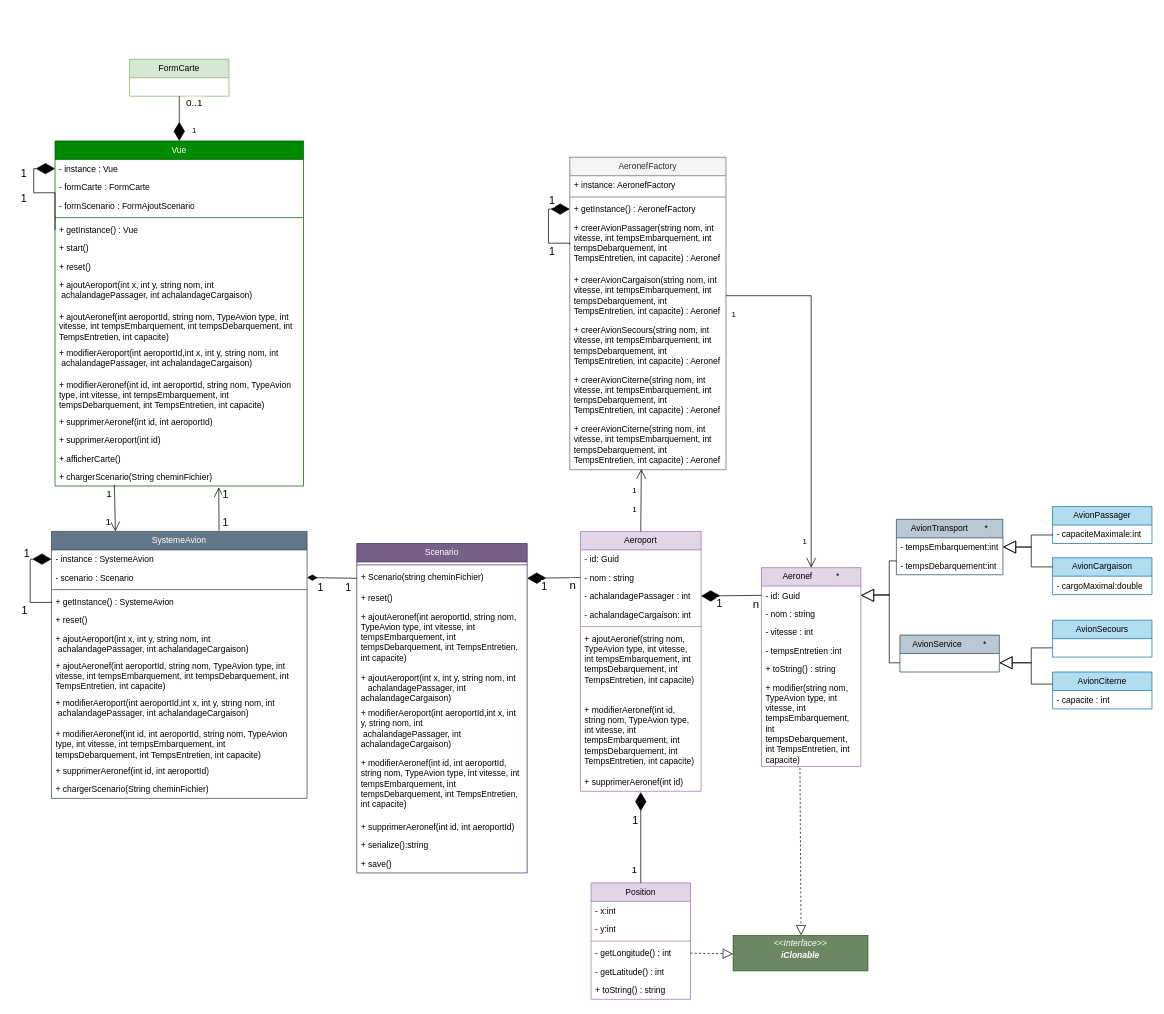
felixcharbonneau/Echec keeps this draw.io diagram as Aviyons.drawio. Above is the earlier version. Source tidied: cells renumbered, new cells numbered last; positions are measured from the earlier drawing's top-left corner, leaving out a move shared by most shapes. Both pictures are drawn from the tidied source at 71%, with x=0, y=0 at pixel (30, 59).
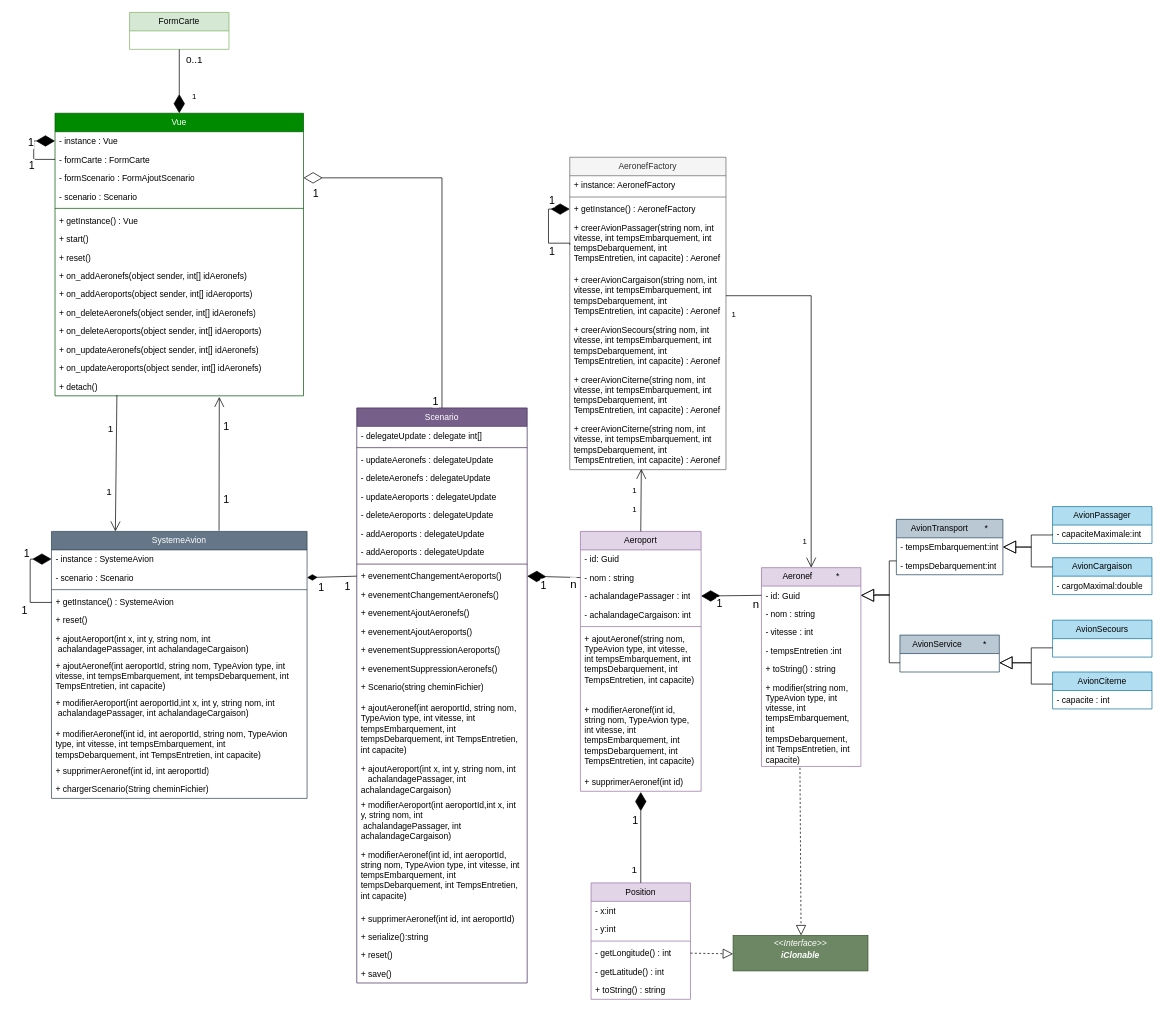
The same page after the edit.

The change refers to these unchanged cells:
```xml
<mxCell id="2" value="SystemeAvion" style="swimlane;fontStyle=0;horizontal=1;startSize=26;fillColor=#647687;whiteSpace=wrap;html=1;strokeColor=#314354;fontColor=#ffffff;" parent="1" vertex="1">
  <mxGeometry x="30" y="665" width="360" height="376" as="geometry" />
</mxCell>
<mxCell id="4" value="- scenario : Scenario" style="text;strokeColor=none;fillColor=none;align=left;verticalAlign=top;spacingLeft=4;spacingRight=4;overflow=hidden;points=[[0,0.5],[1,0.5]];portConstraint=eastwest;whiteSpace=wrap;html=1;" parent="2" vertex="1">
  <mxGeometry y="52" width="360" height="26" as="geometry" />
</mxCell>
<mxCell id="18" value="- instance : Vue" style="text;strokeColor=none;fillColor=none;align=left;verticalAlign=top;spacingLeft=4;spacingRight=4;overflow=hidden;points=[[0,0.5],[1,0.5]];portConstraint=eastwest;whiteSpace=wrap;html=1;" parent="17" vertex="1">
  <mxGeometry y="26" width="350" height="26" as="geometry" />
</mxCell>
<mxCell id="19" value="- formCarte : FormCarte" style="text;strokeColor=none;fillColor=none;align=left;verticalAlign=top;spacingLeft=4;spacingRight=4;overflow=hidden;points=[[0,0.5],[1,0.5]];portConstraint=eastwest;whiteSpace=wrap;html=1;" parent="17" vertex="1">
  <mxGeometry y="52" width="350" height="26" as="geometry" />
</mxCell>
<mxCell id="20" value="- formScenario : FormAjoutScenario" style="text;strokeColor=none;fillColor=none;align=left;verticalAlign=top;spacingLeft=4;spacingRight=4;overflow=hidden;points=[[0,0.5],[1,0.5]];portConstraint=eastwest;whiteSpace=wrap;html=1;" parent="17" vertex="1">
  <mxGeometry y="78" width="350" height="26" as="geometry" />
</mxCell>
<mxCell id="65" value="- nom : string" style="text;strokeColor=none;fillColor=none;align=left;verticalAlign=top;spacingLeft=4;spacingRight=4;overflow=hidden;points=[[0,0.5],[1,0.5]];portConstraint=eastwest;whiteSpace=wrap;html=1;" parent="63" vertex="1">
  <mxGeometry y="52" width="170" height="26" as="geometry" />
</mxCell>
```

Change to the diagram source:
```diff
@@
     <mxCell id="17" value="Vue" style="swimlane;fontStyle=0;horizontal=1;startSize=26;fillColor=#008a00;whiteSpace=wrap;html=1;strokeColor=#005700;fontColor=#ffffff;" parent="1" vertex="1">
-      <mxGeometry x="35" y="115" width="350" height="486" as="geometry" />
+      <mxGeometry x="35" y="76" width="350" height="398" as="geometry" />
     </mxCell>
@@
+    <mxCell id="130" value="- scenario : Scenario" style="text;strokeColor=none;fillColor=none;align=left;verticalAlign=top;spacingLeft=4;spacingRight=4;overflow=hidden;whiteSpace=wrap;html=1;" parent="17" vertex="1">
+      <mxGeometry y="104" width="350" height="26" as="geometry" />
+    </mxCell>
     <mxCell id="21" style="line;strokeWidth=1;fillColor=none;align=left;verticalAlign=middle;spacingTop=-1;spacingLeft=3;spacingRight=3;labelPosition=right;strokeColor=inherit;" parent="17" vertex="1">
-      <mxGeometry y="104" width="350" height="8" as="geometry" />
+      <mxGeometry y="130" width="350" height="8" as="geometry" />
     </mxCell>
     <mxCell id="22" value="+ getInstance() : Vue" style="text;strokeColor=none;fillColor=none;align=left;verticalAlign=top;spacingLeft=4;spacingRight=4;overflow=hidden;points=[[0,0.5],[1,0.5]];portConstraint=eastwest;whiteSpace=wrap;html=1;" parent="17" vertex="1">
-      <mxGeometry y="112" width="350" height="26" as="geometry" />
+      <mxGeometry y="138" width="350" height="26" as="geometry" />
     </mxCell>
-    <mxCell id="23" style="endArrow=diamondThin;endFill=1;endSize=24;html=1;rounded=0;exitX=0;exitY=0.5;exitDx=0;exitDy=0;edgeStyle=orthogonalEdgeStyle;entryX=0;entryY=0.5;entryDx=0;entryDy=0;" parent="17" edge="1" source="22" target="18">
+    <mxCell id="23" style="endArrow=diamondThin;endFill=1;endSize=24;html=1;rounded=0;exitX=0;exitY=0.5;exitDx=0;exitDy=0;edgeStyle=orthogonalEdgeStyle;entryX=0;entryY=0.5;entryDx=0;entryDy=0;" parent="17" edge="1" source="19" target="18">
       <mxGeometry relative="1" as="geometry">
         <Array as="points">
-          <mxPoint x="-30" y="73" />
+          <mxPoint x="-30" y="65" />
           <mxPoint x="-30" y="39" />
         </Array>
       </mxGeometry>
     </mxCell>
     <mxCell id="24" value="1" style="edgeLabel;html=1;align=center;verticalAlign=middle;fontSize=15;" parent="23" vertex="1">
       <mxGeometry x="-0.62" y="-3" relative="1" as="geometry">
-        <mxPoint x="-48" y="-17" as="offset" />
+        <mxPoint x="-18" y="10" as="offset" />
       </mxGeometry>
     </mxCell>
     <mxCell id="25" value="1" style="edgeLabel;html=1;align=center;verticalAlign=middle;fontSize=15;" parent="23" vertex="1">
       <mxGeometry x="0.56" y="2" relative="1" as="geometry">
-        <mxPoint x="-13" y="3" as="offset" />
+        <mxPoint x="-16" y="3" as="offset" />
       </mxGeometry>
     </mxCell>
     <mxCell id="26" value="+ start()" style="text;strokeColor=none;fillColor=none;align=left;verticalAlign=top;spacingLeft=4;spacingRight=4;overflow=hidden;whiteSpace=wrap;html=1;" parent="17" vertex="1">
-      <mxGeometry y="138" width="350" height="26" as="geometry" />
+      <mxGeometry y="164" width="350" height="26" as="geometry" />
     </mxCell>
     <mxCell id="27" value="+ reset()" style="text;strokeColor=none;fillColor=none;align=left;verticalAlign=top;spacingLeft=4;spacingRight=4;overflow=hidden;whiteSpace=wrap;html=1;" parent="17" vertex="1">
-      <mxGeometry y="164" width="350" height="26" as="geometry" />
+      <mxGeometry y="190" width="350" height="26" as="geometry" />
     </mxCell>
-    <mxCell id="28" value="+ ajoutAeroport(int x, int y, string nom, int&amp;nbsp; &amp;nbsp; &amp;nbsp; &amp;nbsp;achalandagePassager, int achalandageCargaison)" style="text;strokeColor=none;fillColor=none;align=left;verticalAlign=top;spacingLeft=4;spacingRight=4;overflow=hidden;whiteSpace=wrap;html=1;" parent="17" vertex="1">
-      <mxGeometry y="190" width="350" height="44" as="geometry" />
-    </mxCell>
-    <mxCell id="29" value="+ ajoutAeronef(int aeroportId, string nom, TypeAvion type, int vitesse, int tempsEmbarquement, int tempsDebarquement, int TempsEntretien, int capacite)" style="text;strokeColor=none;fillColor=none;align=left;verticalAlign=top;spacingLeft=4;spacingRight=4;overflow=hidden;whiteSpace=wrap;html=1;" parent="17" vertex="1">
-      <mxGeometry y="234" width="350" height="52" as="geometry" />
-    </mxCell>
-    <mxCell id="30" value="+ modifierAeroport(int aeroportId,int x, int y, string nom, int&amp;nbsp; &amp;nbsp; &amp;nbsp; &amp;nbsp;achalandagePassager, int achalandageCargaison)" style="text;strokeColor=none;fillColor=none;align=left;verticalAlign=top;spacingLeft=4;spacingRight=4;overflow=hidden;whiteSpace=wrap;html=1;" parent="17" vertex="1">
-      <mxGeometry y="286" width="350" height="44" as="geometry" />
-    </mxCell>
-    <mxCell id="31" value="+ modifierAeronef(int id, int aeroportId, string nom, TypeAvion type, int vitesse, int tempsEmbarquement, int tempsDebarquement, int TempsEntretien, int capacite)" style="text;strokeColor=none;fillColor=none;align=left;verticalAlign=top;spacingLeft=4;spacingRight=4;overflow=hidden;whiteSpace=wrap;html=1;" parent="17" vertex="1">
-      <mxGeometry y="330" width="350" height="52" as="geometry" />
-    </mxCell>
-    <mxCell id="32" value="+ supprimerAeronef(int id, int aeroportId)" style="text;strokeColor=none;fillColor=none;align=left;verticalAlign=top;spacingLeft=4;spacingRight=4;overflow=hidden;whiteSpace=wrap;html=1;" parent="17" vertex="1">
-      <mxGeometry y="382" width="350" height="26" as="geometry" />
-    </mxCell>
-    <mxCell id="33" value="+ supprimerAeroport(int id)" style="text;strokeColor=none;fillColor=none;align=left;verticalAlign=top;spacingLeft=4;spacingRight=4;overflow=hidden;whiteSpace=wrap;html=1;" parent="17" vertex="1">
-      <mxGeometry y="408" width="350" height="26" as="geometry" />
-    </mxCell>
-    <mxCell id="34" value="+ afficherCarte()" style="text;strokeColor=none;fillColor=none;align=left;verticalAlign=top;spacingLeft=4;spacingRight=4;overflow=hidden;whiteSpace=wrap;html=1;" parent="17" vertex="1">
-      <mxGeometry y="434" width="350" height="26" as="geometry" />
-    </mxCell>
-    <mxCell id="35" value="+ chargerScenario(String cheminFichier)" style="text;strokeColor=none;fillColor=none;align=left;verticalAlign=top;spacingLeft=4;spacingRight=4;overflow=hidden;points=[[0,0.5],[1,0.5]];portConstraint=eastwest;whiteSpace=wrap;html=1;" parent="17" vertex="1">
-      <mxGeometry y="460" width="350" height="26" as="geometry" />
-    </mxCell>
+    <mxCell id="131" value="+ on_addAeronefs(object sender, int[] idAeronefs)" style="text;strokeColor=none;fillColor=none;align=left;verticalAlign=top;spacingLeft=4;spacingRight=4;overflow=hidden;whiteSpace=wrap;html=1;" parent="17" vertex="1">
+      <mxGeometry y="216" width="350" height="26" as="geometry" />
+    </mxCell>
+    <mxCell id="132" value="+ on_addAeroports(object sender, int[] idAeroports)" style="text;strokeColor=none;fillColor=none;align=left;verticalAlign=top;spacingLeft=4;spacingRight=4;overflow=hidden;whiteSpace=wrap;html=1;" parent="17" vertex="1">
+      <mxGeometry y="242" width="350" height="26" as="geometry" />
+    </mxCell>
+    <mxCell id="133" value="+ on_deleteAeronefs(object sender, int[] idAeronefs)" style="text;strokeColor=none;fillColor=none;align=left;verticalAlign=top;spacingLeft=4;spacingRight=4;overflow=hidden;whiteSpace=wrap;html=1;" parent="17" vertex="1">
+      <mxGeometry y="268" width="350" height="26" as="geometry" />
+    </mxCell>
+    <mxCell id="134" value="+ on_deleteAeroports(object sender, int[] idAeroports)" style="text;strokeColor=none;fillColor=none;align=left;verticalAlign=top;spacingLeft=4;spacingRight=4;overflow=hidden;whiteSpace=wrap;html=1;" parent="17" vertex="1">
+      <mxGeometry y="294" width="350" height="26" as="geometry" />
+    </mxCell>
+    <mxCell id="135" value="+ on_updateAeronefs(object sender, int[] idAeronefs)" style="text;strokeColor=none;fillColor=none;align=left;verticalAlign=top;spacingLeft=4;spacingRight=4;overflow=hidden;whiteSpace=wrap;html=1;" parent="17" vertex="1">
+      <mxGeometry y="320" width="350" height="26" as="geometry" />
+    </mxCell>
+    <mxCell id="136" value="+ on_updateAeroports(object sender, int[] idAeronefs)" style="text;strokeColor=none;fillColor=none;align=left;verticalAlign=top;spacingLeft=4;spacingRight=4;overflow=hidden;whiteSpace=wrap;html=1;" parent="17" vertex="1">
+      <mxGeometry y="346" width="350" height="26" as="geometry" />
+    </mxCell>
+    <mxCell id="137" value="+ detach()" style="text;strokeColor=none;fillColor=none;align=left;verticalAlign=top;spacingLeft=4;spacingRight=4;overflow=hidden;points=[[0,0.5],[1,0.5]];portConstraint=eastwest;whiteSpace=wrap;html=1;" parent="17" vertex="1">
+      <mxGeometry y="372" width="350" height="26" as="geometry" />
+    </mxCell>
-    <mxCell id="36" style="endArrow=open;endFill=1;endSize=12;html=1;rounded=0;entryX=0.25;entryY=0;entryDx=0;entryDy=0;exitX=0.239;exitY=0.936;exitDx=0;exitDy=0;exitPerimeter=0;" parent="1" edge="1" source="35" target="2">
+    <mxCell id="36" style="endArrow=open;endFill=1;endSize=12;html=1;rounded=0;entryX=0.25;entryY=0;entryDx=0;entryDy=0;exitX=0.249;exitY=0.962;exitDx=0;exitDy=0;exitPerimeter=0;" parent="1" edge="1" source="137" target="2">
       <mxGeometry relative="1" as="geometry" />
     </mxCell>
@@
-    <mxCell id="39" style="endArrow=open;endFill=1;endSize=12;html=1;rounded=0;entryX=0.659;entryY=1.064;entryDx=0;entryDy=0;entryPerimeter=0;" parent="1" edge="1" target="35">
+    <mxCell id="39" style="endArrow=open;endFill=1;endSize=12;html=1;rounded=0;entryX=0.661;entryY=1.061;entryDx=0;entryDy=0;entryPerimeter=0;" parent="1" edge="1" target="137">
       <mxGeometry relative="1" as="geometry">
         <mxPoint x="266" y="664" as="sourcePoint" />
       </mxGeometry>
     </mxCell>
@@
     <mxCell id="42" value="Scenario" style="swimlane;fontStyle=0;horizontal=1;startSize=26;fillColor=#76608a;whiteSpace=wrap;html=1;strokeColor=#432D57;fontColor=#ffffff;" parent="1" vertex="1">
-      <mxGeometry x="460" y="682" width="240" height="464" as="geometry" />
+      <mxGeometry x="460" y="491" width="240" height="810" as="geometry" />
     </mxCell>
+    <mxCell id="138" value="- delegateUpdate : delegate int[]&amp;nbsp;" style="text;strokeColor=none;fillColor=none;align=left;verticalAlign=top;spacingLeft=4;spacingRight=4;overflow=hidden;whiteSpace=wrap;html=1;" parent="42" vertex="1">
+      <mxGeometry y="26" width="240" height="26" as="geometry" />
+    </mxCell>
+    <mxCell id="139" style="line;strokeWidth=1;fillColor=none;align=left;verticalAlign=middle;spacingTop=-1;spacingLeft=3;spacingRight=3;labelPosition=right;strokeColor=inherit;" parent="42" vertex="1">
+      <mxGeometry y="52" width="240" height="8" as="geometry" />
+    </mxCell>
+    <mxCell id="140" value="- updateAeronefs : delegateUpdate" style="text;strokeColor=none;fillColor=none;align=left;verticalAlign=top;spacingLeft=4;spacingRight=4;overflow=hidden;whiteSpace=wrap;html=1;" parent="42" vertex="1">
+      <mxGeometry y="60" width="240" height="26" as="geometry" />
+    </mxCell>
+    <mxCell id="141" value="- deleteAeronefs : delegateUpdate" style="text;strokeColor=none;fillColor=none;align=left;verticalAlign=top;spacingLeft=4;spacingRight=4;overflow=hidden;whiteSpace=wrap;html=1;" parent="42" vertex="1">
+      <mxGeometry y="86" width="240" height="26" as="geometry" />
+    </mxCell>
+    <mxCell id="142" value="- updateAeroports : delegateUpdate" style="text;strokeColor=none;fillColor=none;align=left;verticalAlign=top;spacingLeft=4;spacingRight=4;overflow=hidden;whiteSpace=wrap;html=1;" parent="42" vertex="1">
+      <mxGeometry y="112" width="240" height="26" as="geometry" />
+    </mxCell>
+    <mxCell id="143" value="- deleteAeroports : delegateUpdate" style="text;strokeColor=none;fillColor=none;align=left;verticalAlign=top;spacingLeft=4;spacingRight=4;overflow=hidden;whiteSpace=wrap;html=1;" parent="42" vertex="1">
+      <mxGeometry y="138" width="240" height="26" as="geometry" />
+    </mxCell>
+    <mxCell id="144" value="- addAeroports : delegateUpdate" style="text;strokeColor=none;fillColor=none;align=left;verticalAlign=top;spacingLeft=4;spacingRight=4;overflow=hidden;whiteSpace=wrap;html=1;" parent="42" vertex="1">
+      <mxGeometry y="164" width="240" height="26" as="geometry" />
+    </mxCell>
+    <mxCell id="145" value="- addAeroports : delegateUpdate" style="text;strokeColor=none;fillColor=none;align=left;verticalAlign=top;spacingLeft=4;spacingRight=4;overflow=hidden;whiteSpace=wrap;html=1;" parent="42" vertex="1">
+      <mxGeometry y="190" width="240" height="26" as="geometry" />
+    </mxCell>
     <mxCell id="43" style="line;strokeWidth=1;fillColor=none;align=left;verticalAlign=middle;spacingTop=-1;spacingLeft=3;spacingRight=3;labelPosition=right;strokeColor=inherit;" parent="42" vertex="1">
-      <mxGeometry y="26" width="240" height="8" as="geometry" />
+      <mxGeometry y="216" width="240" height="8" as="geometry" />
     </mxCell>
+    <mxCell id="146" value="+ evenementChangementAeroports()" style="text;strokeColor=none;fillColor=none;align=left;verticalAlign=top;spacingLeft=4;spacingRight=4;overflow=hidden;points=[[0,0.5],[1,0.5]];portConstraint=eastwest;whiteSpace=wrap;html=1;" parent="42" vertex="1">
+      <mxGeometry y="224" width="240" height="26" as="geometry" />
+    </mxCell>
+    <mxCell id="147" value="+ evenementChangementAeronefs()" style="text;strokeColor=none;fillColor=none;align=left;verticalAlign=top;spacingLeft=4;spacingRight=4;overflow=hidden;whiteSpace=wrap;html=1;" parent="42" vertex="1">
+      <mxGeometry y="250" width="240" height="26" as="geometry" />
+    </mxCell>
+    <mxCell id="148" value="+ evenementAjoutAeronefs()" style="text;strokeColor=none;fillColor=none;align=left;verticalAlign=top;spacingLeft=4;spacingRight=4;overflow=hidden;whiteSpace=wrap;html=1;" parent="42" vertex="1">
+      <mxGeometry y="276" width="240" height="26" as="geometry" />
+    </mxCell>
+    <mxCell id="149" value="+ evenementAjoutAeroports()" style="text;strokeColor=none;fillColor=none;align=left;verticalAlign=top;spacingLeft=4;spacingRight=4;overflow=hidden;whiteSpace=wrap;html=1;" parent="42" vertex="1">
+      <mxGeometry y="302" width="240" height="26" as="geometry" />
+    </mxCell>
+    <mxCell id="150" value="+ evenementSuppressionAeroports()" style="text;strokeColor=none;fillColor=none;align=left;verticalAlign=top;spacingLeft=4;spacingRight=4;overflow=hidden;whiteSpace=wrap;html=1;" parent="42" vertex="1">
+      <mxGeometry y="328" width="240" height="26" as="geometry" />
+    </mxCell>
+    <mxCell id="151" value="+ evenementSuppressionAeronefs()" style="text;strokeColor=none;fillColor=none;align=left;verticalAlign=top;spacingLeft=4;spacingRight=4;overflow=hidden;whiteSpace=wrap;html=1;" parent="42" vertex="1">
+      <mxGeometry y="354" width="240" height="26" as="geometry" />
+    </mxCell>
     <mxCell id="44" value="+ Scenario(string cheminFichier)" style="text;strokeColor=none;fillColor=none;align=left;verticalAlign=top;spacingLeft=4;spacingRight=4;overflow=hidden;points=[[0,0.5],[1,0.5]];portConstraint=eastwest;whiteSpace=wrap;html=1;" parent="42" vertex="1">
-      <mxGeometry y="34" width="240" height="30" as="geometry" />
+      <mxGeometry y="380" width="240" height="30" as="geometry" />
     </mxCell>
-    <mxCell id="45" value="+ reset()" style="text;strokeColor=none;fillColor=none;align=left;verticalAlign=top;spacingLeft=4;spacingRight=4;overflow=hidden;whiteSpace=wrap;html=1;" parent="42" vertex="1">
-      <mxGeometry y="64" width="240" height="26" as="geometry" />
-    </mxCell>
     <mxCell id="46" value="+ ajoutAeronef(int aeroportId, string nom, TypeAvion type, int vitesse, int tempsEmbarquement, int tempsDebarquement, int TempsEntretien, int capacite)" style="text;strokeColor=none;fillColor=none;align=left;verticalAlign=top;spacingLeft=4;spacingRight=4;overflow=hidden;whiteSpace=wrap;html=1;" parent="42" vertex="1">
-      <mxGeometry y="90" width="240" height="86" as="geometry" />
+      <mxGeometry y="410" width="240" height="86" as="geometry" />
     </mxCell>
     <mxCell id="47" value="+ ajoutAeroport(int x, int y, string nom, int&amp;nbsp; &amp;nbsp; &amp;nbsp; &amp;nbsp;achalandagePassager, int achalandageCargaison)" style="text;strokeColor=none;fillColor=none;align=left;verticalAlign=top;spacingLeft=4;spacingRight=4;overflow=hidden;whiteSpace=wrap;html=1;" parent="42" vertex="1">
-      <mxGeometry y="176" width="240" height="50" as="geometry" />
+      <mxGeometry y="496" width="240" height="50" as="geometry" />
     </mxCell>
     <mxCell id="48" value="+ modifierAeroport(int aeroportId,int x, int y, string nom, int&amp;nbsp; &amp;nbsp; &amp;nbsp; &amp;nbsp;achalandagePassager, int achalandageCargaison)" style="text;strokeColor=none;fillColor=none;align=left;verticalAlign=top;spacingLeft=4;spacingRight=4;overflow=hidden;whiteSpace=wrap;html=1;" parent="42" vertex="1">
-      <mxGeometry y="226" width="240" height="70" as="geometry" />
+      <mxGeometry y="546" width="240" height="70" as="geometry" />
     </mxCell>
     <mxCell id="49" value="+ modifierAeronef(int id, int aeroportId, string nom, TypeAvion type, int vitesse, int tempsEmbarquement, int tempsDebarquement, int TempsEntretien, int capacite)" style="text;strokeColor=none;fillColor=none;align=left;verticalAlign=top;spacingLeft=4;spacingRight=4;overflow=hidden;whiteSpace=wrap;html=1;" parent="42" vertex="1">
-      <mxGeometry y="296" width="240" height="90" as="geometry" />
+      <mxGeometry y="616" width="240" height="90" as="geometry" />
     </mxCell>
     <mxCell id="50" value="+ supprimerAeronef(int id, int aeroportId)" style="text;strokeColor=none;fillColor=none;align=left;verticalAlign=top;spacingLeft=4;spacingRight=4;overflow=hidden;whiteSpace=wrap;html=1;" parent="42" vertex="1">
-      <mxGeometry y="386" width="240" height="26" as="geometry" />
+      <mxGeometry y="706" width="240" height="26" as="geometry" />
     </mxCell>
     <mxCell id="51" value="+ serialize():string" style="text;strokeColor=none;fillColor=none;align=left;verticalAlign=top;spacingLeft=4;spacingRight=4;overflow=hidden;whiteSpace=wrap;html=1;" parent="42" vertex="1">
-      <mxGeometry y="412" width="240" height="26" as="geometry" />
+      <mxGeometry y="732" width="240" height="26" as="geometry" />
     </mxCell>
+    <mxCell id="45" value="+ reset()" style="text;strokeColor=none;fillColor=none;align=left;verticalAlign=top;spacingLeft=4;spacingRight=4;overflow=hidden;whiteSpace=wrap;html=1;" parent="42" vertex="1">
+      <mxGeometry y="758" width="240" height="26" as="geometry" />
+    </mxCell>
     <mxCell id="52" value="+ save()" style="text;strokeColor=none;fillColor=none;align=left;verticalAlign=top;spacingLeft=4;spacingRight=4;overflow=hidden;whiteSpace=wrap;html=1;" parent="42" vertex="1">
-      <mxGeometry y="438" width="240" height="26" as="geometry" />
+      <mxGeometry y="784" width="240" height="26" as="geometry" />
     </mxCell>
-    <mxCell id="53" style="endArrow=diamondThin;endFill=1;endSize=12;html=1;rounded=0;entryX=1;entryY=0.5;entryDx=0;entryDy=0;exitX=0;exitY=0.5;exitDx=0;exitDy=0;" parent="1" edge="1" source="44" target="4">
+    <mxCell id="53" style="endArrow=diamondThin;endFill=1;endSize=12;html=1;rounded=0;entryX=1;entryY=0.5;entryDx=0;entryDy=0;exitX=0;exitY=0.5;exitDx=0;exitDy=0;" parent="1" edge="1" source="146" target="4">
       <mxGeometry relative="1" as="geometry" />
     </mxCell>
@@
-    <mxCell id="81" style="endArrow=diamondThin;endFill=1;endSize=24;html=1;rounded=0;entryX=1;entryY=0.5;entryDx=0;entryDy=0;exitX=0;exitY=0.5;exitDx=0;exitDy=0;" parent="1" edge="1" source="65" target="44">
+    <mxCell id="81" style="endArrow=diamondThin;endFill=1;endSize=24;html=1;rounded=0;entryX=1;entryY=0.5;entryDx=0;entryDy=0;exitX=0;exitY=0.5;exitDx=0;exitDy=0;" parent="1" edge="1" source="65" target="146">
       <mxGeometry relative="1" as="geometry" />
     </mxCell>
@@
     <mxCell id="107" value="FormCarte" style="swimlane;fontStyle=0;horizontal=1;startSize=26;fillColor=#d5e8d4;whiteSpace=wrap;html=1;strokeColor=#82b366;" parent="1" vertex="1">
-      <mxGeometry x="140" width="140" height="52" as="geometry" />
+      <mxGeometry x="140" y="-66" width="140" height="52" as="geometry" />
     </mxCell>
@@
+    <mxCell id="152" style="endArrow=diamondThin;endFill=0;endSize=24;html=1;rounded=0;exitX=0.5;exitY=0;exitDx=0;exitDy=0;edgeStyle=orthogonalEdgeStyle;entryX=1;entryY=0.5;entryDx=0;entryDy=0;" parent="1" edge="1" source="42" target="20">
+      <mxGeometry relative="1" as="geometry">
+        <Array as="points">
+          <mxPoint x="580" y="167" />
+        </Array>
+      </mxGeometry>
+    </mxCell>
+    <mxCell id="153" value="1" style="edgeLabel;html=1;align=center;verticalAlign=middle;fontSize=15;" parent="152" vertex="1">
+      <mxGeometry x="-0.62" y="-3" relative="1" as="geometry">
+        <mxPoint x="-13" y="88" as="offset" />
+      </mxGeometry>
+    </mxCell>
+    <mxCell id="154" value="1" style="edgeLabel;html=1;align=center;verticalAlign=middle;fontSize=15;" parent="152" vertex="1">
+      <mxGeometry x="0.56" y="2" relative="1" as="geometry">
+        <mxPoint x="-98" y="18" as="offset" />
+      </mxGeometry>
+    </mxCell>
```
